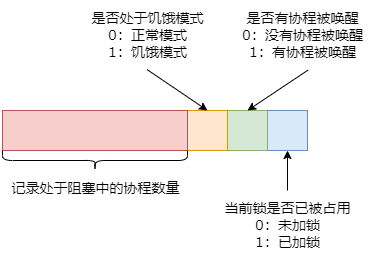
Earlier version of the draw.io export go/mutex state比特位详解.drawio.png (guxdong/imgrepo). Source tidied: cells renumbered, new cells last; positions are measured from the earlier drawing's top-left corner, leaving out a move shared by most shapes. Its diagram source:
```xml
<mxGraphModel>
  <root>
    <mxCell id="0" />
    <mxCell id="1" parent="0" />
    <mxCell id="2" style="rounded=0;whiteSpace=wrap;html=1;fillColor=#dae8fc;strokeColor=#6c8ebf;" parent="1" vertex="1">
      <mxGeometry x="267" y="110" width="40" height="40" as="geometry" />
    </mxCell>
    <mxCell id="3" style="rounded=0;whiteSpace=wrap;html=1;fillColor=#d5e8d4;strokeColor=#82b366;" parent="1" vertex="1">
      <mxGeometry x="227" y="110" width="40" height="40" as="geometry" />
    </mxCell>
    <mxCell id="4" style="rounded=0;whiteSpace=wrap;html=1;fillColor=#ffe6cc;strokeColor=#d79b00;" parent="1" vertex="1">
      <mxGeometry x="187" y="110" width="40" height="40" as="geometry" />
    </mxCell>
    <mxCell id="5" style="rounded=0;whiteSpace=wrap;html=1;fillColor=#f8cecc;strokeColor=#b85450;" parent="1" vertex="1">
      <mxGeometry x="2" y="110" width="185" height="40" as="geometry" />
    </mxCell>
    <mxCell id="6" style="endArrow=classic;html=1;rounded=0;entryX=0.5;entryY=1;entryDx=0;entryDy=0;" parent="1" edge="1" target="2">
      <mxGeometry relative="1" as="geometry">
        <mxPoint x="287" y="190" as="sourcePoint" />
      </mxGeometry>
    </mxCell>
    <mxCell id="7" value="&lt;div&gt;&lt;font face=&quot;Verdana&quot; style=&quot;font-size: 14px;&quot;&gt;当前锁是否已被占用&lt;/font&gt;&lt;/div&gt;&lt;div&gt;&lt;font face=&quot;Verdana&quot; style=&quot;font-size: 14px;&quot;&gt;0：未加锁&lt;/font&gt;&lt;/div&gt;&lt;div&gt;&lt;font face=&quot;Verdana&quot; style=&quot;font-size: 14px;&quot;&gt;1：已加锁&lt;/font&gt;&lt;/div&gt;" style="text;html=1;align=center;verticalAlign=middle;strokeColor=none;fillColor=none;" parent="1" vertex="1">
      <mxGeometry x="214.5" y="190" width="145" height="70" as="geometry" />
    </mxCell>
    <mxCell id="8" value="&lt;font face=&quot;Verdana&quot;&gt;&lt;span style=&quot;font-size: 14px;&quot;&gt;是否有协程被唤醒&lt;/span&gt;&lt;/font&gt;&lt;br&gt;&lt;div&gt;&lt;font face=&quot;Verdana&quot; style=&quot;font-size: 14px;&quot;&gt;0：没有协程被唤醒&lt;/font&gt;&lt;/div&gt;&lt;div&gt;&lt;font face=&quot;Verdana&quot; style=&quot;font-size: 14px;&quot;&gt;1：有协程被唤醒&lt;/font&gt;&lt;/div&gt;" style="text;html=1;align=center;verticalAlign=middle;points=[];strokeColor=none;fillColor=none;" parent="1" vertex="1">
      <mxGeometry x="232" width="140" height="70" as="geometry" />
    </mxCell>
    <mxCell id="9" style="endArrow=classic;html=1;rounded=0;entryX=0.5;entryY=0;entryDx=0;entryDy=0;exitX=0.539;exitY=0.995;exitDx=0;exitDy=0;exitPerimeter=0;" parent="1" edge="1" source="8" target="3">
      <mxGeometry relative="1" as="geometry" />
    </mxCell>
    <mxCell id="10" value="&lt;font face=&quot;Verdana&quot;&gt;&lt;span style=&quot;font-size: 14px;&quot;&gt;是否处于饥饿模式&lt;/span&gt;&lt;/font&gt;&lt;br&gt;&lt;div&gt;&lt;font face=&quot;Verdana&quot; style=&quot;font-size: 14px;&quot;&gt;0：正常模式&lt;/font&gt;&lt;/div&gt;&lt;div&gt;&lt;font face=&quot;Verdana&quot; style=&quot;font-size: 14px;&quot;&gt;1：饥饿模式&lt;/font&gt;&lt;/div&gt;" style="text;html=1;align=center;verticalAlign=middle;points=[];strokeColor=none;fillColor=none;" parent="1" vertex="1">
      <mxGeometry x="79.5" width="135" height="70" as="geometry" />
    </mxCell>
    <mxCell id="11" style="endArrow=classic;html=1;rounded=0;entryX=0.5;entryY=0;entryDx=0;entryDy=0;exitX=0.497;exitY=0.987;exitDx=0;exitDy=0;exitPerimeter=0;" parent="1" edge="1" source="10" target="4">
      <mxGeometry relative="1" as="geometry" />
    </mxCell>
    <mxCell id="12" style="shape=curlyBracket;whiteSpace=wrap;html=1;rounded=1;flipH=1;labelPosition=right;verticalLabelPosition=middle;align=left;verticalAlign=middle;rotation=90;" parent="1" vertex="1">
      <mxGeometry x="84.5" y="67.5" width="20" height="185" as="geometry" />
    </mxCell>
    <mxCell id="13" value="&lt;font face=&quot;Verdana&quot;&gt;&lt;span style=&quot;font-size: 14px;&quot;&gt;记录处于阻塞中的协程数量&lt;/span&gt;&lt;/font&gt;" style="text;html=1;align=center;verticalAlign=middle;strokeColor=none;fillColor=none;" parent="1" vertex="1">
      <mxGeometry x="-0.5" y="170" width="190" height="35" as="geometry" />
    </mxCell>
  </root>
</mxGraphModel>
```
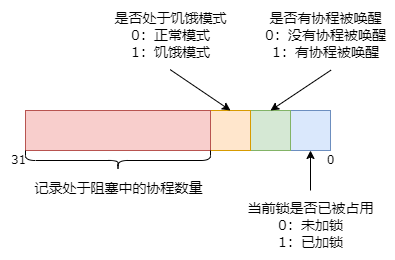
After the change.

Commit message:
更新mutex state比特位详解.drawio.png

What changed in the source:
```diff
@@ -40,5 +40,11 @@
     <mxCell id="13" value="&lt;font face=&quot;Verdana&quot;&gt;&lt;span style=&quot;font-size: 14px;&quot;&gt;记录处于阻塞中的协程数量&lt;/span&gt;&lt;/font&gt;" style="text;html=1;align=center;verticalAlign=middle;strokeColor=none;fillColor=none;" parent="1" vertex="1">
       <mxGeometry x="-0.5" y="170" width="190" height="35" as="geometry" />
     </mxCell>
+    <mxCell id="14" value="&lt;font face=&quot;Verdana&quot;&gt;0&lt;/font&gt;" style="text;html=1;align=center;verticalAlign=middle;strokeColor=none;fillColor=none;" parent="1" vertex="1">
+      <mxGeometry x="292" y="145" width="30" height="30" as="geometry" />
+    </mxCell>
+    <mxCell id="15" value="&lt;font face=&quot;Verdana&quot;&gt;31&lt;/font&gt;" style="text;html=1;align=center;verticalAlign=middle;strokeColor=none;fillColor=none;" parent="1" vertex="1">
+      <mxGeometry x="-23" y="145" width="35" height="30" as="geometry" />
+    </mxCell>
   </root>
 </mxGraphModel>
```
